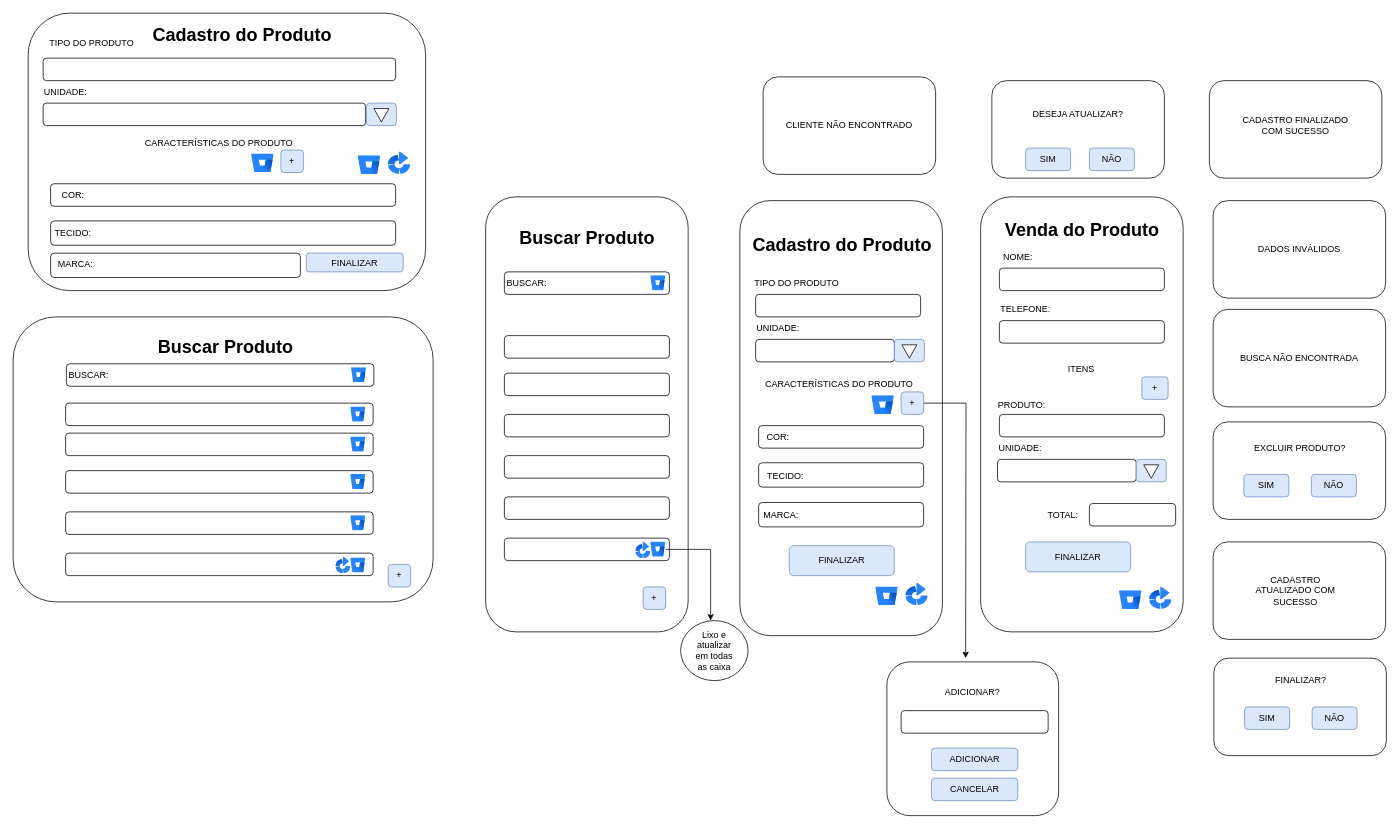
Before: page "Página-5" (5 of 14) of DOC/tela.drawio in juliareis14/avatar.app, a draw.io diagram. Source tidied: cells renumbered, new cells numbered last; positions are measured from the earlier drawing's top-left corner, leaving out a move shared by most shapes. Both pictures are drawn from the tidied source at 75%, with x=0, y=0 at pixel (13, 13).
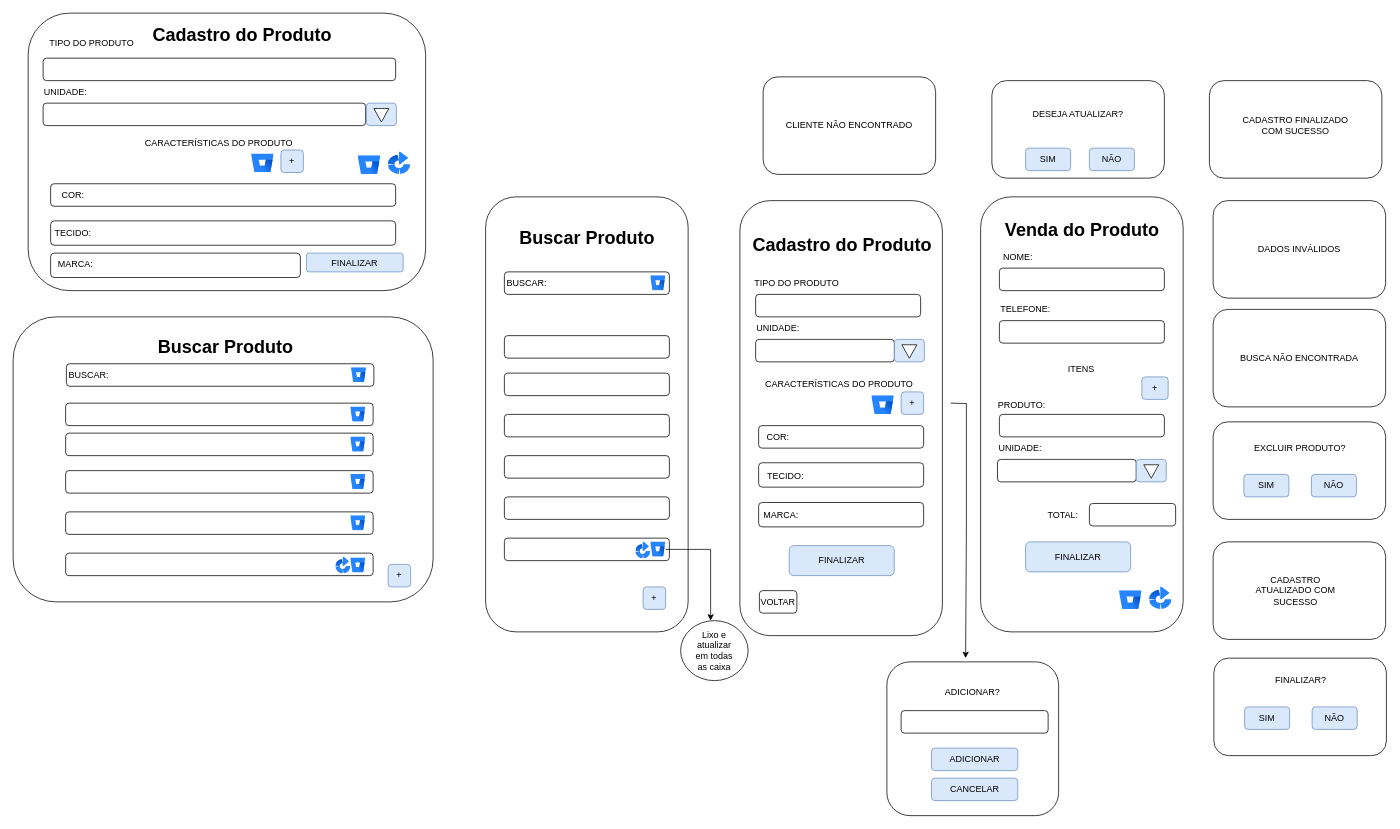
The same page after the edit.

The change refers to these unchanged cells:
```xml
<mxCell id="39" value="+" style="rounded=1;whiteSpace=wrap;html=1;direction=south;fillColor=#dae8fc;strokeColor=#6c8ebf;" parent="1" vertex="1">
  <mxGeometry x="1184" y="505" width="30" height="30" as="geometry" />
</mxCell>
```

What changed in the source:
```diff
@@
-    <mxCell id="16" style="image;html=1;image=img/lib/atlassian/Bitbucket_Logo.svg;" parent="1" vertex="1">
-      <mxGeometry x="1150" y="765" width="30" height="25" as="geometry" />
-    </mxCell>
-    <mxCell id="17" style="image;html=1;image=img/lib/atlassian/Bamboo_Logo.svg;direction=east;" parent="1" vertex="1">
-      <mxGeometry x="1190" y="760" width="30" height="30" as="geometry" />
-    </mxCell>
@@
-    <mxCell id="38" style="edgeStyle=orthogonalEdgeStyle;rounded=0;jettySize=auto;html=1;" parent="1" edge="1" source="39">
+    <mxCell id="38" style="edgeStyle=orthogonalEdgeStyle;rounded=0;orthogonalLoop=1;jettySize=auto;html=1;" parent="1" edge="1">
       <mxGeometry relative="1" as="geometry">
+        <mxPoint x="1250" y="520" as="sourcePoint" />
         <mxPoint x="1270" y="860" as="targetPoint" />
       </mxGeometry>
     </mxCell>
@@
+    <mxCell id="121" value="VOLTAR" style="rounded=1;whiteSpace=wrap;html=1;" parent="1" vertex="1">
+      <mxGeometry x="995" y="770" width="50" height="30" as="geometry" />
+    </mxCell>
```
